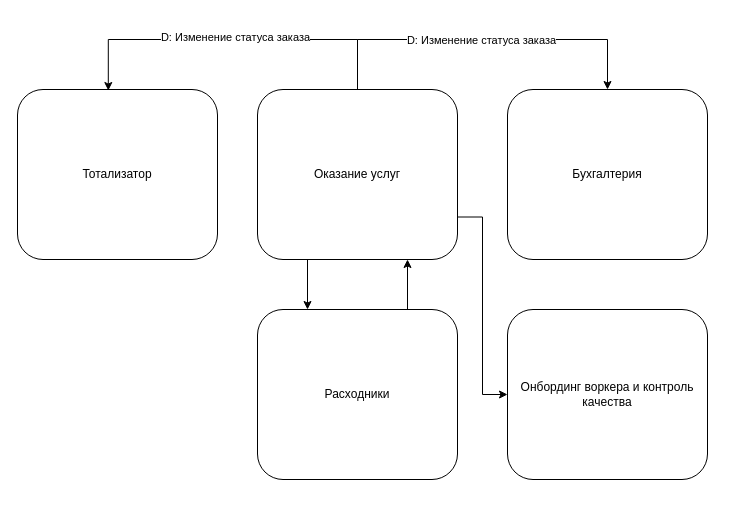
Above: 1/domain.drawio in teddybear/system_analysis_course (draw.io), before the change. Source tidied: cells renumbered, new cells numbered last; positions are measured from the earlier drawing's top-left corner, leaving out a move shared by most shapes. Both pictures are drawn from the tidied source at 100%, with x=0, y=0 at pixel (17, 39).
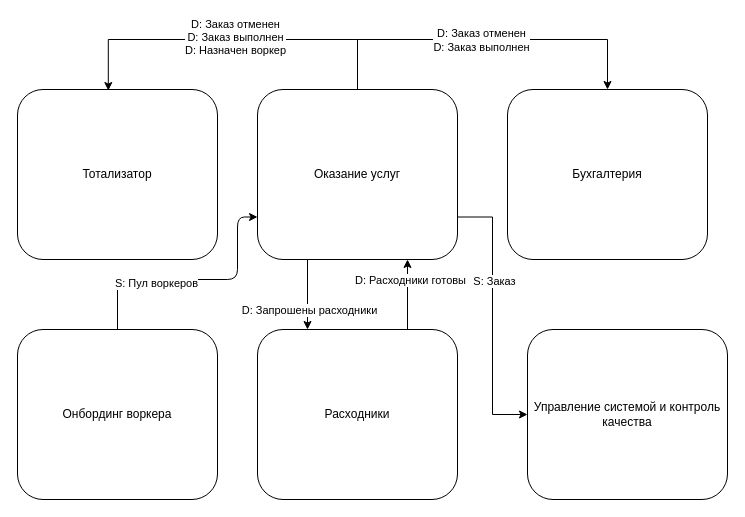
Above is the later version.

Unchanged cells that the change refers to:
```xml
<mxCell id="2" style="edgeStyle=orthogonalEdgeStyle;rounded=0;jettySize=auto;html=1;exitX=0.5;exitY=0;exitDx=0;exitDy=0;entryX=0.5;entryY=0;entryDx=0;entryDy=0;" parent="1" edge="1" source="6" target="8">
  <mxGeometry relative="1" as="geometry">
    <Array as="points">
      <mxPoint x="340" />
      <mxPoint x="590" />
    </Array>
  </mxGeometry>
</mxCell>
<mxCell id="4" style="edgeStyle=orthogonalEdgeStyle;rounded=0;jettySize=auto;html=1;exitX=0.25;exitY=1;exitDx=0;exitDy=0;entryX=0.25;entryY=0;entryDx=0;entryDy=0;" parent="1" edge="1" source="6" target="10">
  <mxGeometry relative="1" as="geometry" />
</mxCell>
<mxCell id="5" style="edgeStyle=orthogonalEdgeStyle;rounded=0;jettySize=auto;html=1;exitX=1;exitY=0.75;exitDx=0;exitDy=0;entryX=0;entryY=0.5;entryDx=0;entryDy=0;" parent="1" edge="1" source="6" target="11">
  <mxGeometry relative="1" as="geometry" />
</mxCell>
<mxCell id="6" value="Оказание услуг" style="rounded=1;whiteSpace=wrap;html=1;" parent="1" vertex="1">
  <mxGeometry x="240" y="50" width="200" height="170" as="geometry" />
</mxCell>
<mxCell id="9" style="edgeStyle=orthogonalEdgeStyle;rounded=0;jettySize=auto;html=1;exitX=0.75;exitY=0;exitDx=0;exitDy=0;entryX=0.75;entryY=1;entryDx=0;entryDy=0;" parent="1" edge="1" source="10" target="6">
  <mxGeometry relative="1" as="geometry" />
</mxCell>
<mxCell id="12" style="edgeStyle=orthogonalEdgeStyle;rounded=0;jettySize=auto;html=1;exitX=0.5;exitY=0;exitDx=0;exitDy=0;entryX=0.454;entryY=0.006;entryDx=0;entryDy=0;entryPerimeter=0;" parent="1" edge="1" source="6" target="7">
  <mxGeometry relative="1" as="geometry">
    <Array as="points">
      <mxPoint x="340" />
      <mxPoint x="91" />
    </Array>
  </mxGeometry>
</mxCell>
```

The edit, as a diff of the source:
```diff
@@
-    <mxCell id="3" value="D: Изменение статуса заказа" style="edgeLabel;html=1;align=center;verticalAlign=middle;" parent="2" vertex="1">
+    <mxCell id="3" value="D: Заказ отменен&lt;br&gt;D: Заказ выполнен" style="edgeLabel;html=1;align=center;verticalAlign=middle;" parent="2" vertex="1">
       <mxGeometry x="-0.01" relative="1" as="geometry" />
     </mxCell>
@@
+    <mxCell id="14" value="D: Запрошены расходники" style="edgeLabel;html=1;align=center;verticalAlign=middle;" parent="4" vertex="1">
+      <mxGeometry x="0.26" y="1" relative="1" as="geometry">
+        <mxPoint y="6" as="offset" />
+      </mxGeometry>
+    </mxCell>
@@
+    <mxCell id="15" value="S: Заказ" style="edgeLabel;html=1;align=center;verticalAlign=middle;" parent="5" vertex="1">
+      <mxGeometry x="-0.26" y="1" relative="1" as="geometry" />
+    </mxCell>
+    <mxCell id="16" style="edgeStyle=orthogonalEdgeStyle;rounded=1;jettySize=auto;html=1;exitX=0;exitY=0.75;exitDx=0;exitDy=0;startArrow=classic;startFill=1;endArrow=none;endFill=0;entryX=0.5;entryY=0;entryDx=0;entryDy=0;" parent="1" edge="1" source="6" target="19">
+      <mxGeometry relative="1" as="geometry">
+        <Array as="points">
+          <mxPoint x="220" y="177" />
+          <mxPoint x="220" y="240" />
+          <mxPoint x="100" y="240" />
+        </Array>
+      </mxGeometry>
+    </mxCell>
+    <mxCell id="17" value="S: Пул воркеров" style="edgeLabel;html=1;align=center;verticalAlign=middle;" parent="16" vertex="1">
+      <mxGeometry x="0.3" y="3" relative="1" as="geometry" />
+    </mxCell>
@@
+    <mxCell id="18" value="D: Расходники готовы" style="edgeLabel;html=1;align=center;verticalAlign=middle;" parent="9" vertex="1">
+      <mxGeometry x="-0.43" y="-2" relative="1" as="geometry">
+        <mxPoint y="-30" as="offset" />
+      </mxGeometry>
+    </mxCell>
     <mxCell id="10" value="Расходники" style="rounded=1;whiteSpace=wrap;html=1;" parent="1" vertex="1">
-      <mxGeometry x="240" y="270" width="200" height="170" as="geometry" />
+      <mxGeometry x="240" y="290" width="200" height="170" as="geometry" />
     </mxCell>
-    <mxCell id="11" value="Онбординг воркера и контроль качества" style="rounded=1;whiteSpace=wrap;html=1;" parent="1" vertex="1">
-      <mxGeometry x="490" y="270" width="200" height="170" as="geometry" />
+    <mxCell id="11" value="Управление системой и контроль качества" style="rounded=1;whiteSpace=wrap;html=1;" parent="1" vertex="1">
+      <mxGeometry x="510" y="290" width="200" height="170" as="geometry" />
     </mxCell>
@@
-    <mxCell id="13" value="D: Изменение статуса заказа" style="edgeLabel;html=1;align=center;verticalAlign=middle;" parent="12" vertex="1">
+    <mxCell id="13" value="D: Заказ отменен&lt;br&gt;D: Заказ выполнен&lt;br&gt;D: Назначен воркер" style="edgeLabel;html=1;align=center;verticalAlign=middle;" parent="12" vertex="1">
       <mxGeometry x="-0.01" y="-3" relative="1" as="geometry" />
     </mxCell>
+    <mxCell id="19" value="Онбординг воркера" style="rounded=1;whiteSpace=wrap;html=1;" parent="1" vertex="1">
+      <mxGeometry y="290" width="200" height="170" as="geometry" />
+    </mxCell>
```
